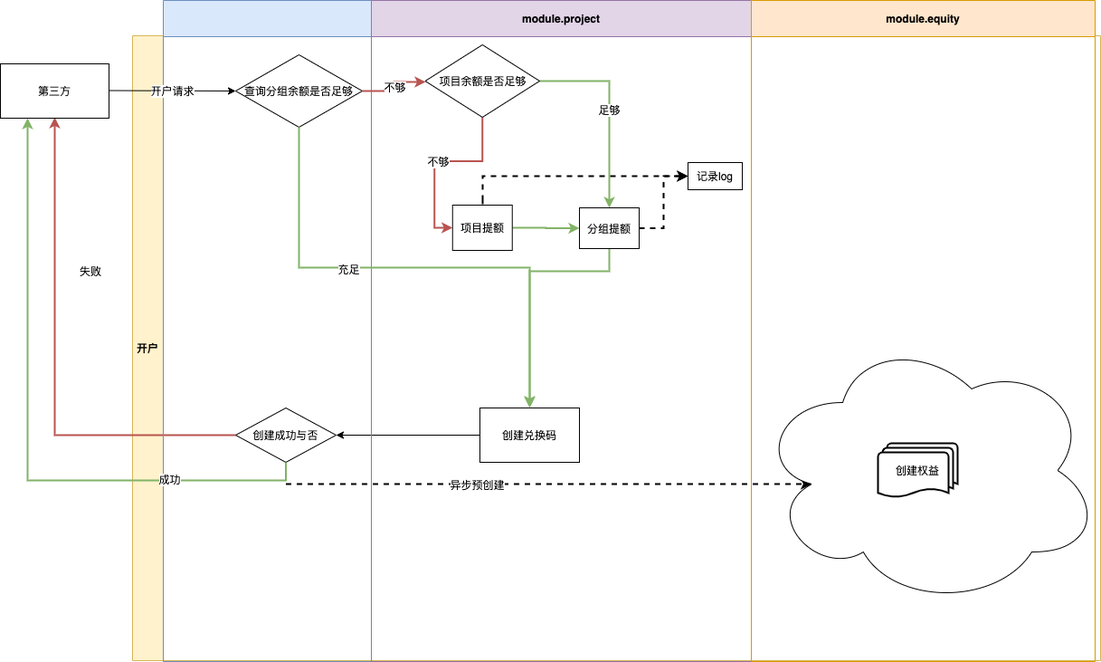
The draw.io diagram TPA.png in zuoqiang320/uniondrug, before a commit. Source tidied: cells renumbered, new cells last; positions are measured from the earlier drawing's top-left corner, leaving out a move shared by most shapes. The source it was exported from:
```xml
<mxGraphModel background="#ffffff">
  <root>
    <mxCell id="0" />
    <mxCell id="1" parent="0" />
    <mxCell id="2" value="开户" style="swimlane;direction=north;fillColor=#fff2cc;strokeColor=#d6b656;startSize=34;verticalAlign=middle;" parent="1" vertex="1">
      <mxGeometry x="146" y="39" width="1070" height="690" as="geometry" />
    </mxCell>
    <mxCell id="3" style="edgeStyle=orthogonalEdgeStyle;rounded=0;jettySize=auto;html=1;exitX=0.5;exitY=1;exitDx=0;exitDy=0;entryX=0.16;entryY=0.55;entryDx=0;entryDy=0;entryPerimeter=0;strokeWidth=2;dashed=1;" parent="2" edge="1" source="5" target="20">
      <mxGeometry relative="1" as="geometry" />
    </mxCell>
    <mxCell id="4" value="异步预创建" style="edgeLabel;html=1;align=center;verticalAlign=middle;" parent="3" vertex="1">
      <mxGeometry x="-0.23" relative="1" as="geometry">
        <mxPoint x="1" as="offset" />
      </mxGeometry>
    </mxCell>
    <mxCell id="5" value="创建成功与否" style="rhombus;whiteSpace=wrap;html=1;startSize=34;" parent="2" vertex="1">
      <mxGeometry x="114" y="411" width="111" height="60" as="geometry" />
    </mxCell>
    <mxCell id="6" style="endArrow=classic;html=1;entryX=1;entryY=0.5;entryDx=0;entryDy=0;exitX=0;exitY=0.5;exitDx=0;exitDy=0;" parent="2" edge="1" source="9" target="5">
      <mxGeometry relative="1" as="geometry" />
    </mxCell>
    <mxCell id="7" style="edgeStyle=orthogonalEdgeStyle;rounded=0;jettySize=auto;html=1;exitX=0;exitY=0.5;exitDx=0;exitDy=0;startSize=34;fillColor=#f8cecc;strokeColor=#b85450;strokeWidth=2;" parent="2" edge="1" source="5">
      <mxGeometry relative="1" as="geometry">
        <mxPoint x="-86" y="90" as="targetPoint" />
      </mxGeometry>
    </mxCell>
    <mxCell id="8" value="失败" style="text;html=1;strokeColor=none;fillColor=none;align=center;verticalAlign=middle;whiteSpace=wrap;rounded=0;" parent="2" vertex="1">
      <mxGeometry x="-76" y="250" width="60" height="20" as="geometry" />
    </mxCell>
    <mxCell id="9" value="创建兑换码" style="rounded=0;whiteSpace=wrap;html=1;" parent="2" vertex="1">
      <mxGeometry x="384" y="411" width="110" height="60" as="geometry" />
    </mxCell>
    <mxCell id="10" value="足够" style="edgeStyle=orthogonalEdgeStyle;rounded=0;jettySize=auto;html=1;exitX=1;exitY=0.5;exitDx=0;exitDy=0;strokeWidth=2;fillColor=#d5e8d4;strokeColor=#82b366;" parent="2" edge="1" source="12" target="19">
      <mxGeometry relative="1" as="geometry" />
    </mxCell>
    <mxCell id="11" value="不够" style="edgeStyle=orthogonalEdgeStyle;rounded=0;jettySize=auto;html=1;exitX=0.5;exitY=1;exitDx=0;exitDy=0;entryX=0;entryY=0.5;entryDx=0;entryDy=0;strokeWidth=2;fillColor=#f8cecc;strokeColor=#b85450;" parent="2" edge="1" source="12" target="16">
      <mxGeometry relative="1" as="geometry" />
    </mxCell>
    <mxCell id="12" value="项目余额是否足够" style="rhombus;whiteSpace=wrap;html=1;" parent="2" vertex="1">
      <mxGeometry x="323.5" y="10" width="126.5" height="80" as="geometry" />
    </mxCell>
    <mxCell id="13" value="记录log" style="rounded=0;whiteSpace=wrap;html=1;" parent="2" vertex="1">
      <mxGeometry x="614" y="140" width="60" height="30" as="geometry" />
    </mxCell>
    <mxCell id="14" style="edgeStyle=orthogonalEdgeStyle;rounded=0;jettySize=auto;html=1;entryX=0;entryY=0.5;entryDx=0;entryDy=0;dashed=1;strokeWidth=2;" parent="2" edge="1" target="13">
      <mxGeometry relative="1" as="geometry">
        <mxPoint x="387" y="180" as="sourcePoint" />
        <Array as="points">
          <mxPoint x="387" y="205" />
          <mxPoint x="387" y="155" />
        </Array>
      </mxGeometry>
    </mxCell>
    <mxCell id="15" style="edgeStyle=orthogonalEdgeStyle;rounded=0;jettySize=auto;html=1;exitX=1;exitY=0.5;exitDx=0;exitDy=0;strokeWidth=2;fillColor=#d5e8d4;strokeColor=#82b366;" parent="2" edge="1" source="16" target="19">
      <mxGeometry relative="1" as="geometry" />
    </mxCell>
    <mxCell id="16" value="项目提额" style="rounded=0;whiteSpace=wrap;html=1;" parent="2" vertex="1">
      <mxGeometry x="353.8" y="187" width="66" height="50" as="geometry" />
    </mxCell>
    <mxCell id="17" style="edgeStyle=orthogonalEdgeStyle;rounded=0;jettySize=auto;html=1;exitX=1;exitY=0.5;exitDx=0;exitDy=0;entryX=0;entryY=0.5;entryDx=0;entryDy=0;strokeWidth=2;dashed=1;" parent="2" edge="1" source="19" target="13">
      <mxGeometry relative="1" as="geometry" />
    </mxCell>
    <mxCell id="18" style="edgeStyle=orthogonalEdgeStyle;rounded=0;orthogonalLoop=1;jettySize=auto;html=1;exitX=0.5;exitY=1;exitDx=0;exitDy=0;entryX=0.5;entryY=0;entryDx=0;entryDy=0;strokeWidth=2;fillColor=#d5e8d4;strokeColor=#82b366;" parent="2" edge="1">
      <mxGeometry relative="1" as="geometry">
        <mxPoint x="527" y="234" as="sourcePoint" />
        <mxPoint x="439" y="410" as="targetPoint" />
        <Array as="points">
          <mxPoint x="527" y="260" />
          <mxPoint x="439" y="260" />
        </Array>
      </mxGeometry>
    </mxCell>
    <mxCell id="19" value="分组提额" style="rounded=0;whiteSpace=wrap;html=1;" parent="2" vertex="1">
      <mxGeometry x="494" y="190" width="66" height="45" as="geometry" />
    </mxCell>
    <mxCell id="20" style="ellipse;shape=cloud;whiteSpace=wrap;html=1;" parent="2" vertex="1">
      <mxGeometry x="690" y="330" width="380" height="300" as="geometry" />
    </mxCell>
    <mxCell id="21" value="创建权益" style="strokeWidth=2;html=1;shape=mxgraph.flowchart.multi-document;whiteSpace=wrap;" parent="2" vertex="1">
      <mxGeometry x="824" y="450" width="88" height="60" as="geometry" />
    </mxCell>
    <mxCell id="22" value="union.project" style="swimlane;startSize=40;fillColor=#dae8fc;strokeColor=#6c8ebf;" parent="1" vertex="1">
      <mxGeometry x="180" width="650" height="730" as="geometry" />
    </mxCell>
    <mxCell id="23" style="endArrow=classic;html=1;entryX=0;entryY=0.5;entryDx=0;entryDy=0;" parent="22" edge="1" target="26">
      <mxGeometry relative="1" as="geometry">
        <mxPoint x="-60" y="99.5" as="sourcePoint" />
      </mxGeometry>
    </mxCell>
    <mxCell id="24" value="开户请求" style="edgeLabel;html=1;align=center;verticalAlign=middle;" parent="23" vertex="1">
      <mxGeometry relative="1" as="geometry" />
    </mxCell>
    <mxCell id="25" value="module.project" style="swimlane;startSize=40;fillColor=#e1d5e7;strokeColor=#9673a6;strokeWidth=1;" parent="22" vertex="1">
      <mxGeometry x="230" width="420" height="730" as="geometry" />
    </mxCell>
    <mxCell id="26" value="查询分组余额是否足够" style="rhombus;whiteSpace=wrap;html=1;" parent="22" vertex="1">
      <mxGeometry x="80" y="60" width="140" height="80" as="geometry" />
    </mxCell>
    <mxCell id="27" value="第三方" style="whiteSpace=wrap;html=1;align=center;newEdgeStyle={&quot;edgeStyle&quot;:&quot;elbowEdgeStyle&quot;,&quot;startArrow&quot;:&quot;none&quot;,&quot;endArrow&quot;:&quot;none&quot;};" parent="1" vertex="1">
      <mxGeometry y="70" width="120" height="60" as="geometry" />
    </mxCell>
    <mxCell id="28" value="module.equity" style="swimlane;startSize=40;fillColor=#ffe6cc;strokeColor=#d79b00;" parent="1" vertex="1">
      <mxGeometry x="830" width="380" height="730" as="geometry" />
    </mxCell>
    <mxCell id="29" style="edgeStyle=orthogonalEdgeStyle;rounded=0;jettySize=auto;html=1;exitX=0.5;exitY=1;exitDx=0;exitDy=0;fillColor=#d5e8d4;strokeColor=#82b366;strokeWidth=2;" parent="1" edge="1" source="26" target="9">
      <mxGeometry relative="1" as="geometry" />
    </mxCell>
    <mxCell id="30" value="充足" style="edgeLabel;html=1;align=center;verticalAlign=middle;" parent="29" vertex="1">
      <mxGeometry x="-0.26" y="-1" relative="1" as="geometry" />
    </mxCell>
    <mxCell id="31" style="edgeStyle=orthogonalEdgeStyle;rounded=0;jettySize=auto;html=1;exitX=1;exitY=0.5;exitDx=0;exitDy=0;strokeWidth=2;fillColor=#f8cecc;strokeColor=#b85450;" parent="1" edge="1" source="26">
      <mxGeometry relative="1" as="geometry">
        <mxPoint x="470" y="90" as="targetPoint" />
      </mxGeometry>
    </mxCell>
    <mxCell id="32" value="不够" style="edgeLabel;html=1;align=center;verticalAlign=middle;" parent="31" vertex="1">
      <mxGeometry x="-0.01" relative="1" as="geometry" />
    </mxCell>
    <mxCell id="33" style="edgeStyle=orthogonalEdgeStyle;rounded=0;jettySize=auto;html=1;exitX=0.5;exitY=1;exitDx=0;exitDy=0;entryX=0.25;entryY=1;entryDx=0;entryDy=0;strokeWidth=2;fillColor=#d5e8d4;strokeColor=#82b366;" parent="1" edge="1" source="5" target="27">
      <mxGeometry relative="1" as="geometry" />
    </mxCell>
    <mxCell id="34" value="成功" style="edgeLabel;html=1;align=center;verticalAlign=middle;" parent="33" vertex="1">
      <mxGeometry x="-0.58" y="-2" relative="1" as="geometry" />
    </mxCell>
  </root>
</mxGraphModel>
```
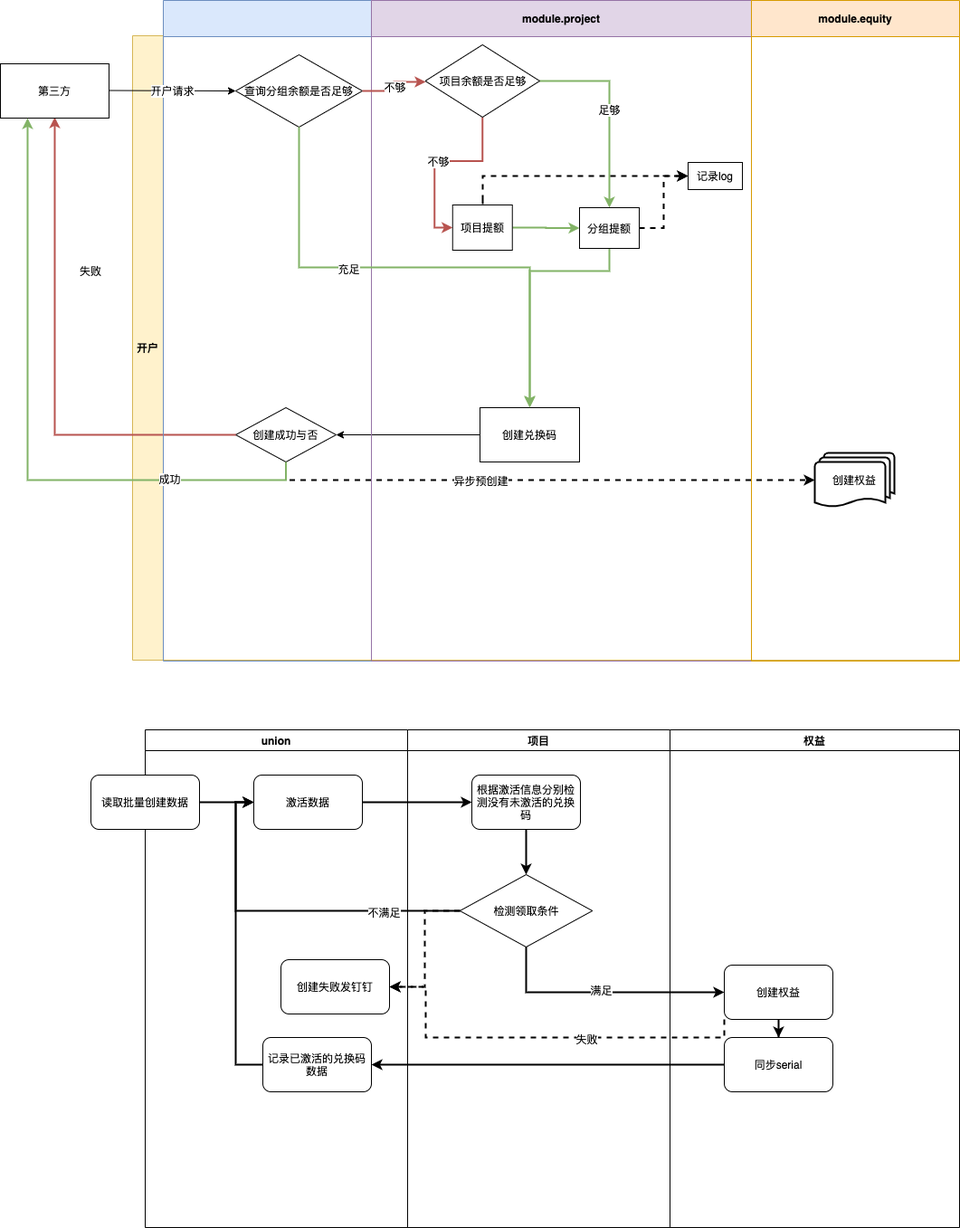
The same file after the commit.

The edit, as a diff of the source:
```diff
@@ -3,9 +3,9 @@
     <mxCell id="0" />
     <mxCell id="1" parent="0" />
     <mxCell id="2" value="开户" style="swimlane;direction=north;fillColor=#fff2cc;strokeColor=#d6b656;startSize=34;verticalAlign=middle;" parent="1" vertex="1">
-      <mxGeometry x="146" y="39" width="1070" height="690" as="geometry" />
+      <mxGeometry x="146" y="39" width="914" height="690" as="geometry" />
     </mxCell>
-    <mxCell id="3" style="edgeStyle=orthogonalEdgeStyle;rounded=0;jettySize=auto;html=1;exitX=0.5;exitY=1;exitDx=0;exitDy=0;entryX=0.16;entryY=0.55;entryDx=0;entryDy=0;entryPerimeter=0;strokeWidth=2;dashed=1;" parent="2" edge="1" source="5" target="20">
+    <mxCell id="3" style="edgeStyle=orthogonalEdgeStyle;rounded=0;jettySize=auto;html=1;exitX=0.5;exitY=1;exitDx=0;exitDy=0;entryX=0;entryY=0.5;entryDx=0;entryDy=0;entryPerimeter=0;strokeWidth=2;dashed=1;" parent="2" edge="1" source="5" target="21">
       <mxGeometry relative="1" as="geometry" />
     </mxCell>
     <mxCell id="4" value="异步预创建" style="edgeLabel;html=1;align=center;verticalAlign=middle;" parent="3" vertex="1">
@@ -73,11 +73,8 @@
     <mxCell id="19" value="分组提额" style="rounded=0;whiteSpace=wrap;html=1;" parent="2" vertex="1">
       <mxGeometry x="494" y="190" width="66" height="45" as="geometry" />
     </mxCell>
-    <mxCell id="20" style="ellipse;shape=cloud;whiteSpace=wrap;html=1;" parent="2" vertex="1">
-      <mxGeometry x="690" y="330" width="380" height="300" as="geometry" />
-    </mxCell>
     <mxCell id="21" value="创建权益" style="strokeWidth=2;html=1;shape=mxgraph.flowchart.multi-document;whiteSpace=wrap;" parent="2" vertex="1">
-      <mxGeometry x="824" y="450" width="88" height="60" as="geometry" />
+      <mxGeometry x="754" y="461" width="88" height="60" as="geometry" />
     </mxCell>
     <mxCell id="22" value="union.project" style="swimlane;startSize=40;fillColor=#dae8fc;strokeColor=#6c8ebf;" parent="1" vertex="1">
       <mxGeometry x="180" width="650" height="730" as="geometry" />
@@ -100,7 +97,7 @@
       <mxGeometry y="70" width="120" height="60" as="geometry" />
     </mxCell>
     <mxCell id="28" value="module.equity" style="swimlane;startSize=40;fillColor=#ffe6cc;strokeColor=#d79b00;" parent="1" vertex="1">
-      <mxGeometry x="830" width="380" height="730" as="geometry" />
+      <mxGeometry x="830" width="230" height="730" as="geometry" />
     </mxCell>
     <mxCell id="29" style="edgeStyle=orthogonalEdgeStyle;rounded=0;jettySize=auto;html=1;exitX=0.5;exitY=1;exitDx=0;exitDy=0;fillColor=#d5e8d4;strokeColor=#82b366;strokeWidth=2;" parent="1" edge="1" source="26" target="9">
       <mxGeometry relative="1" as="geometry" />
@@ -122,5 +119,85 @@
     <mxCell id="34" value="成功" style="edgeLabel;html=1;align=center;verticalAlign=middle;" parent="33" vertex="1">
       <mxGeometry x="-0.58" y="-2" relative="1" as="geometry" />
     </mxCell>
+    <mxCell id="35" value="权益" style="swimlane;" parent="1" vertex="1">
+      <mxGeometry x="740" y="806" width="320" height="550" as="geometry" />
+    </mxCell>
+    <mxCell id="36" style="edgeStyle=orthogonalEdgeStyle;rounded=0;jettySize=auto;html=1;exitX=0.5;exitY=1;exitDx=0;exitDy=0;strokeWidth=2;" parent="35" edge="1" source="37" target="38">
+      <mxGeometry relative="1" as="geometry" />
+    </mxCell>
+    <mxCell id="37" value="创建权益" style="rounded=1;whiteSpace=wrap;html=1;" parent="35" vertex="1">
+      <mxGeometry x="60" y="260" width="120" height="60" as="geometry" />
+    </mxCell>
+    <mxCell id="38" value="同步serial" style="rounded=1;whiteSpace=wrap;html=1;" parent="35" vertex="1">
+      <mxGeometry x="60" y="340" width="120" height="60" as="geometry" />
+    </mxCell>
+    <mxCell id="39" value="项目" style="swimlane;" parent="1" vertex="1">
+      <mxGeometry x="450" y="806" width="290" height="550" as="geometry" />
+    </mxCell>
+    <mxCell id="40" style="edgeStyle=orthogonalEdgeStyle;rounded=0;jettySize=auto;html=1;exitX=0.5;exitY=1;exitDx=0;exitDy=0;strokeWidth=2;" parent="39" edge="1" source="41">
+      <mxGeometry relative="1" as="geometry">
+        <mxPoint x="131" y="160" as="targetPoint" />
+      </mxGeometry>
+    </mxCell>
+    <mxCell id="41" value="&lt;span&gt;根据激活信息分别检测没有未激活的兑换码&lt;/span&gt;" style="rounded=1;whiteSpace=wrap;html=1;" parent="39" vertex="1">
+      <mxGeometry x="71" y="50" width="120" height="60" as="geometry" />
+    </mxCell>
+    <mxCell id="42" value="检测领取条件" style="rhombus;whiteSpace=wrap;html=1;" parent="39" vertex="1">
+      <mxGeometry x="57.8" y="160" width="146.5" height="80" as="geometry" />
+    </mxCell>
+    <mxCell id="43" style="edgeStyle=orthogonalEdgeStyle;rounded=0;jettySize=auto;html=1;exitX=1;exitY=0.5;exitDx=0;exitDy=0;strokeWidth=2;entryX=0;entryY=0.5;entryDx=0;entryDy=0;" parent="1" edge="1" source="44" target="41">
+      <mxGeometry relative="1" as="geometry" />
+    </mxCell>
+    <mxCell id="44" value="激活数据" style="rounded=1;whiteSpace=wrap;html=1;" parent="1" vertex="1">
+      <mxGeometry x="280" y="856" width="120" height="60" as="geometry" />
+    </mxCell>
+    <mxCell id="45" style="edgeStyle=orthogonalEdgeStyle;rounded=0;jettySize=auto;html=1;exitX=0.5;exitY=1;exitDx=0;exitDy=0;entryX=0;entryY=0.5;entryDx=0;entryDy=0;strokeWidth=2;" parent="1" edge="1" source="42" target="37">
+      <mxGeometry relative="1" as="geometry" />
+    </mxCell>
+    <mxCell id="46" value="满足" style="edgeLabel;html=1;align=center;verticalAlign=middle;" parent="45" vertex="1">
+      <mxGeometry x="-0.02" y="3" relative="1" as="geometry" />
+    </mxCell>
+    <mxCell id="47" value="union" style="swimlane;" parent="1" vertex="1">
+      <mxGeometry x="160" y="806" width="290" height="550" as="geometry" />
+    </mxCell>
+    <mxCell id="48" value="记录已激活的兑换码数据" style="rounded=1;whiteSpace=wrap;html=1;" parent="47" vertex="1">
+      <mxGeometry x="130" y="340" width="120" height="60" as="geometry" />
+    </mxCell>
+    <mxCell id="49" value="读取批量创建数据" style="rounded=1;whiteSpace=wrap;html=1;" parent="47" vertex="1">
+      <mxGeometry x="-60" y="50" width="120" height="60" as="geometry" />
+    </mxCell>
+    <mxCell id="50" value="创建失败发钉钉" style="rounded=1;whiteSpace=wrap;html=1;" parent="47" vertex="1">
+      <mxGeometry x="150" y="254" width="120" height="60" as="geometry" />
+    </mxCell>
+    <mxCell id="51" style="edgeStyle=orthogonalEdgeStyle;rounded=0;jettySize=auto;html=1;exitX=0;exitY=0.5;exitDx=0;exitDy=0;strokeWidth=2;" parent="1" edge="1" source="38" target="48">
+      <mxGeometry relative="1" as="geometry" />
+    </mxCell>
+    <mxCell id="52" style="edgeStyle=orthogonalEdgeStyle;rounded=0;jettySize=auto;html=1;exitX=1;exitY=0.5;exitDx=0;exitDy=0;strokeWidth=2;" parent="1" edge="1" source="49" target="44">
+      <mxGeometry relative="1" as="geometry" />
+    </mxCell>
+    <mxCell id="53" style="edgeStyle=orthogonalEdgeStyle;rounded=0;jettySize=auto;html=1;exitX=0;exitY=0.5;exitDx=0;exitDy=0;entryX=0;entryY=0.5;entryDx=0;entryDy=0;strokeWidth=2;" parent="1" edge="1" source="48" target="44">
+      <mxGeometry relative="1" as="geometry" />
+    </mxCell>
+    <mxCell id="54" style="edgeStyle=orthogonalEdgeStyle;rounded=0;jettySize=auto;html=1;exitX=0;exitY=0.5;exitDx=0;exitDy=0;entryX=0;entryY=0.5;entryDx=0;entryDy=0;strokeWidth=2;" parent="1" edge="1" source="42" target="44">
+      <mxGeometry relative="1" as="geometry" />
+    </mxCell>
+    <mxCell id="55" value="不满足" style="edgeLabel;html=1;align=center;verticalAlign=middle;" parent="54" vertex="1">
+      <mxGeometry x="-0.57" y="1" relative="1" as="geometry" />
+    </mxCell>
+    <mxCell id="56" style="edgeStyle=orthogonalEdgeStyle;rounded=0;jettySize=auto;html=1;exitX=0;exitY=0.5;exitDx=0;exitDy=0;entryX=1;entryY=0.5;entryDx=0;entryDy=0;strokeWidth=2;dashed=1;" parent="1" edge="1" source="42" target="50">
+      <mxGeometry relative="1" as="geometry" />
+    </mxCell>
+    <mxCell id="57" style="edgeStyle=orthogonalEdgeStyle;rounded=0;jettySize=auto;html=1;exitX=0;exitY=1;exitDx=0;exitDy=0;entryX=1;entryY=0.5;entryDx=0;entryDy=0;strokeWidth=2;dashed=1;" parent="1" edge="1" source="37" target="50">
+      <mxGeometry relative="1" as="geometry">
+        <Array as="points">
+          <mxPoint x="800" y="1146" />
+          <mxPoint x="470" y="1146" />
+          <mxPoint x="470" y="1090" />
+        </Array>
+      </mxGeometry>
+    </mxCell>
+    <mxCell id="58" value="失败" style="edgeLabel;html=1;align=center;verticalAlign=middle;" parent="57" vertex="1">
+      <mxGeometry x="-0.22" y="1" relative="1" as="geometry" />
+    </mxCell>
   </root>
 </mxGraphModel>
```
